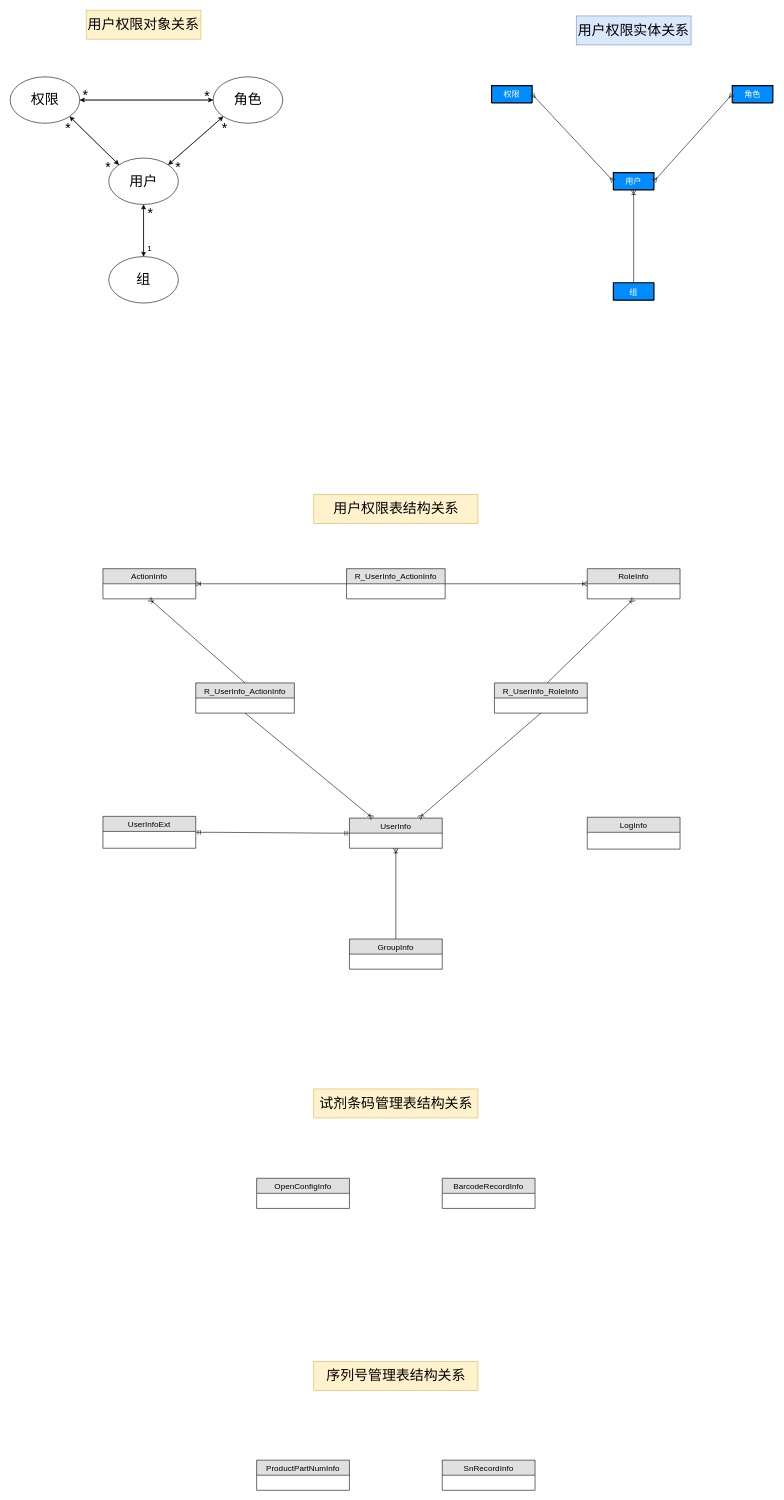
This is User.drawio from GreAmbWang/draw.io, a draw.io file, before an edit. Source tidied: cells renumbered, new cells numbered last; positions are measured from the earlier drawing's top-left corner, leaving out a move shared by most shapes. Both pictures are drawn from the tidied source at 58%, with x=0, y=0 at pixel (10, 10).
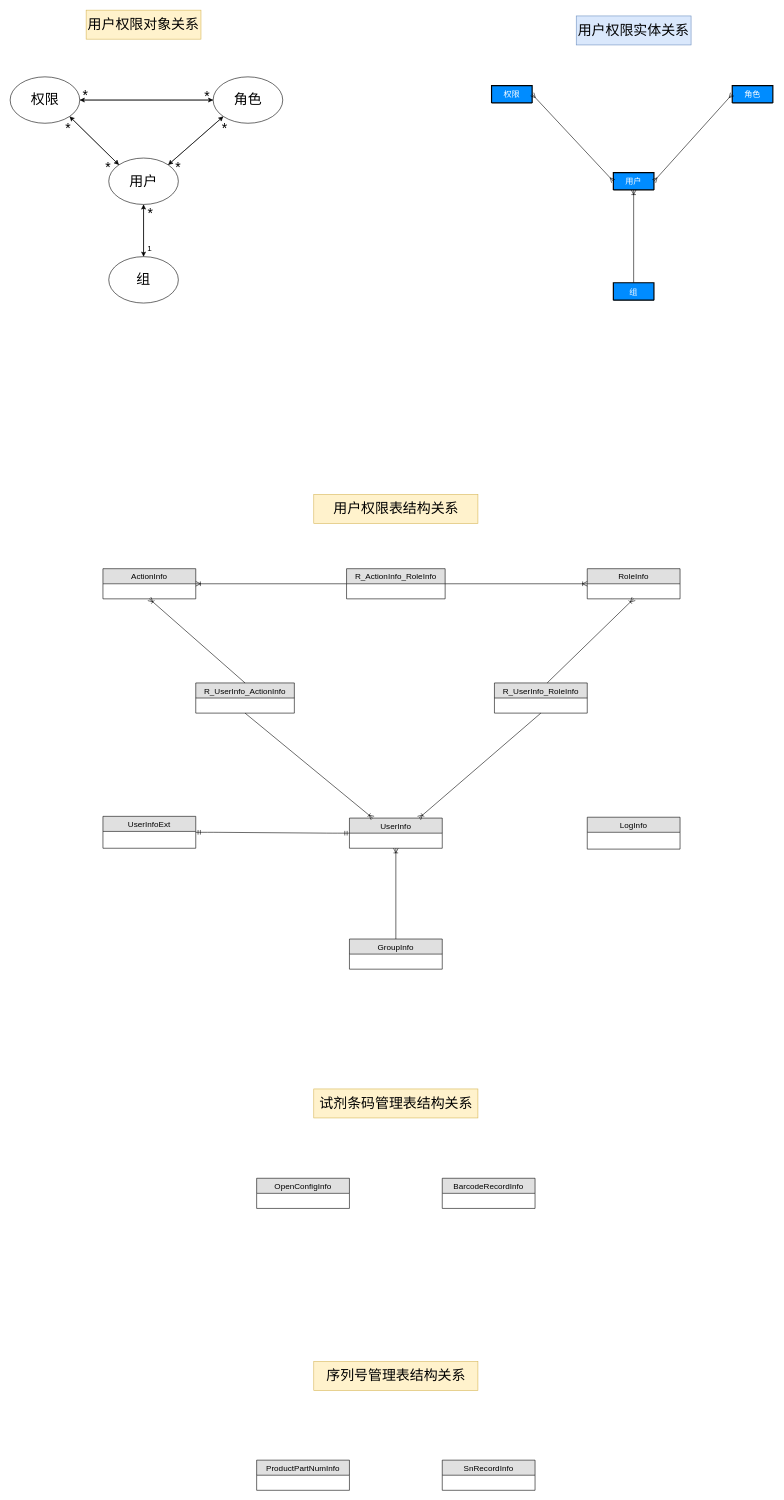
The same page after the edit.

The edit, as a diff of the source:
```diff
@@
-    <mxCell id="40" value="R_UserInfo_ActionInfo" style="swimlane;fontStyle=0;horizontal=1;startSize=26;fillColor=#e0e0e0;swimlaneFillColor=#ffffff;align=center;fontSize=14;" parent="1" vertex="1">
+    <mxCell id="40" value="R_ActionInfo_RoleInfo" style="swimlane;fontStyle=0;horizontal=1;startSize=26;fillColor=#e0e0e0;swimlaneFillColor=#ffffff;align=center;fontSize=14;" parent="1" vertex="1">
       <mxGeometry x="580" y="963" width="170" height="52" as="geometry" />
     </mxCell>
```
